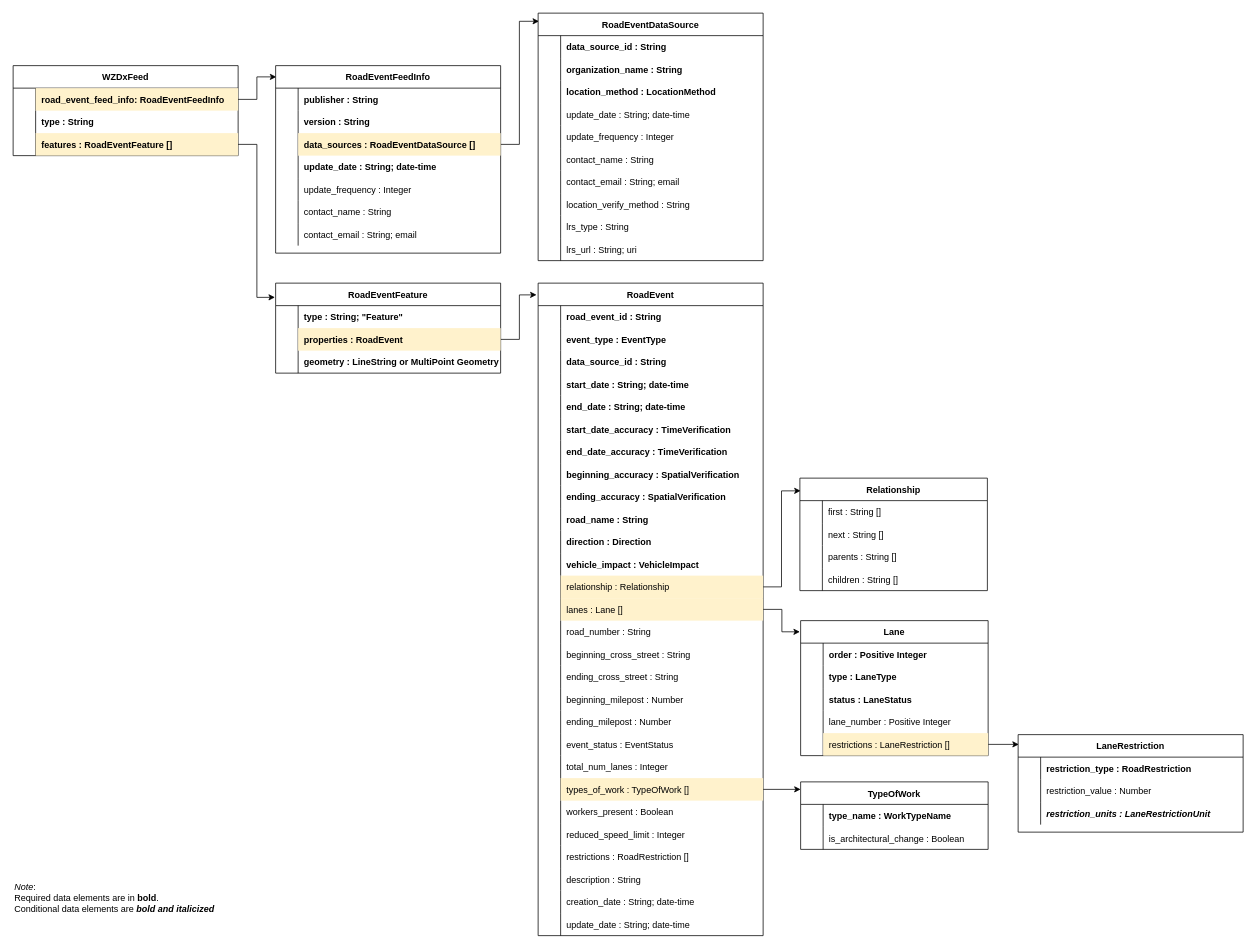
Earlier version of the draw.io diagram images/wzdx_object_diagram.drawio (usdot-jpo-ode/wzdx). Source tidied: cells renumbered, new cells numbered last; positions are measured from the earlier drawing's top-left corner, leaving out a move shared by most shapes. Both pictures are drawn from the tidied source at 75%, with x=0, y=0 at pixel (13, 13).
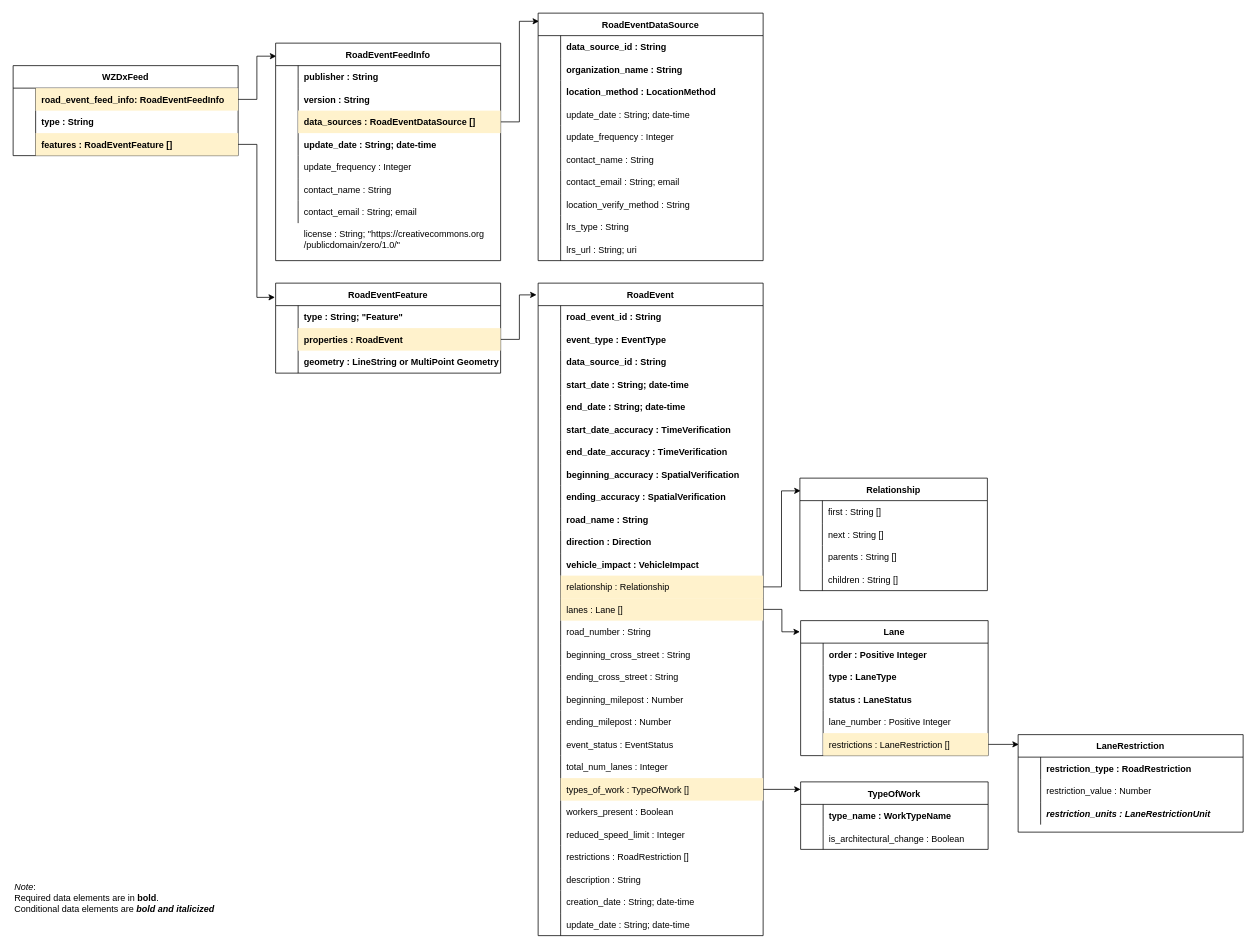
The same diagram, later.

Commit message (it also covers changes not shown here):
Update object diagram

What changed in the source:
```diff
@@
     <mxCell id="21" value="RoadEventFeedInfo" style="shape=table;startSize=30;childLayout=tableLayout;rowLines=0;fontStyle=1;align=center;" parent="1" vertex="1">
-      <mxGeometry x="350" y="70" width="300" height="250" as="geometry" />
+      <mxGeometry x="350" y="40" width="300" height="290" as="geometry" />
     </mxCell>
@@
+    <mxCell id="215" value="license : String; &quot;https://creativecommons.org&#10;/publicdomain/zero/1.0/&quot;" style="shape=partialRectangle;overflow=hidden;fillColor=none;top=0;left=0;bottom=0;right=0;align=left;spacingLeft=6;fontFamily=Helvetica;" parent="1" vertex="1">
+      <mxGeometry x="380" y="266" width="270" height="70" as="geometry" />
+    </mxCell>
```
